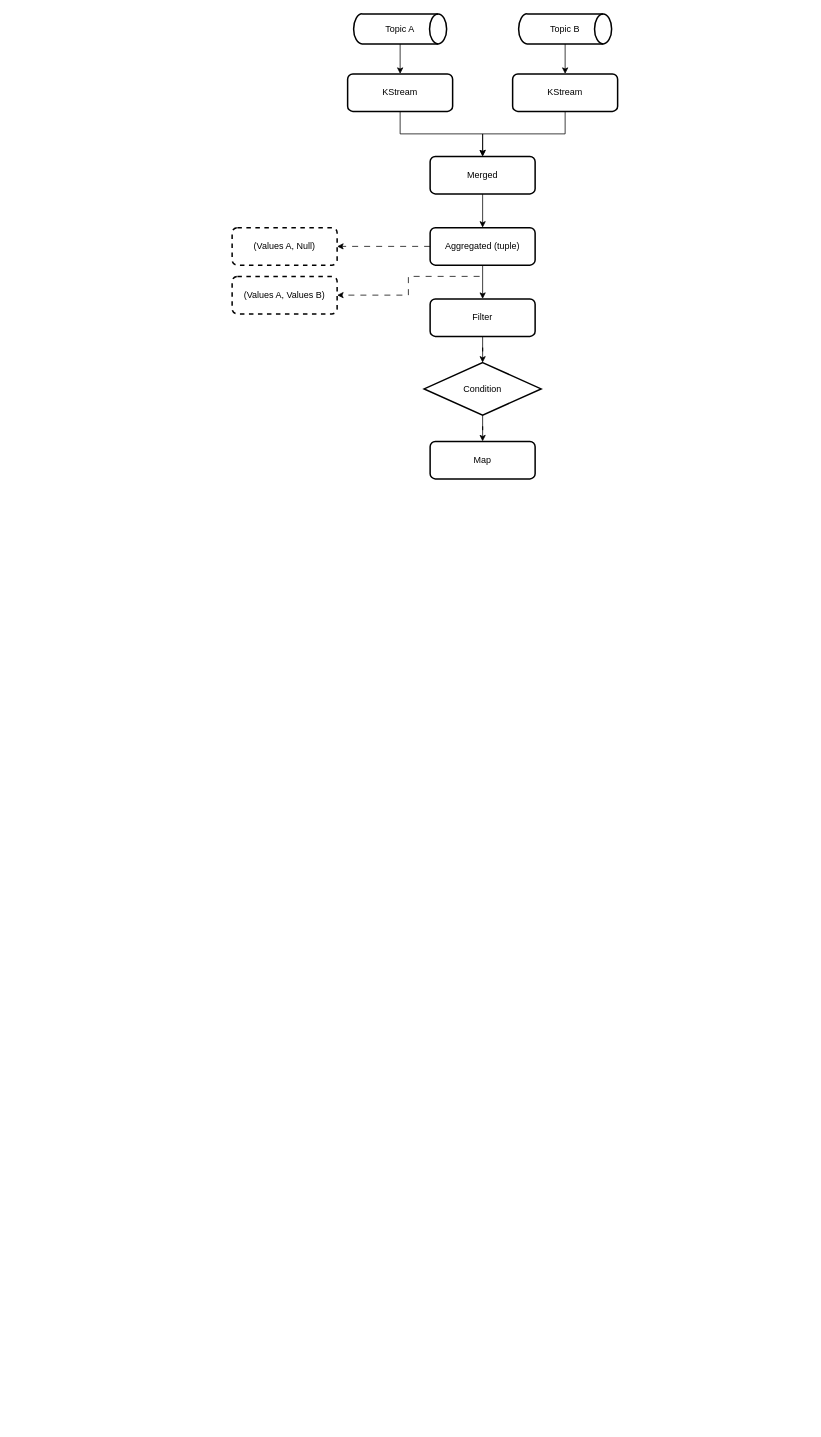
This is Kafka-Control.drawio from wunyu/drawio, a draw.io file, before an edit. Source tidied: cells renumbered, new cells numbered last; positions are measured from the earlier drawing's top-left corner, leaving out a move shared by most shapes. Both pictures are drawn from the tidied source at 75%, with x=0, y=0 at pixel (232, 14).
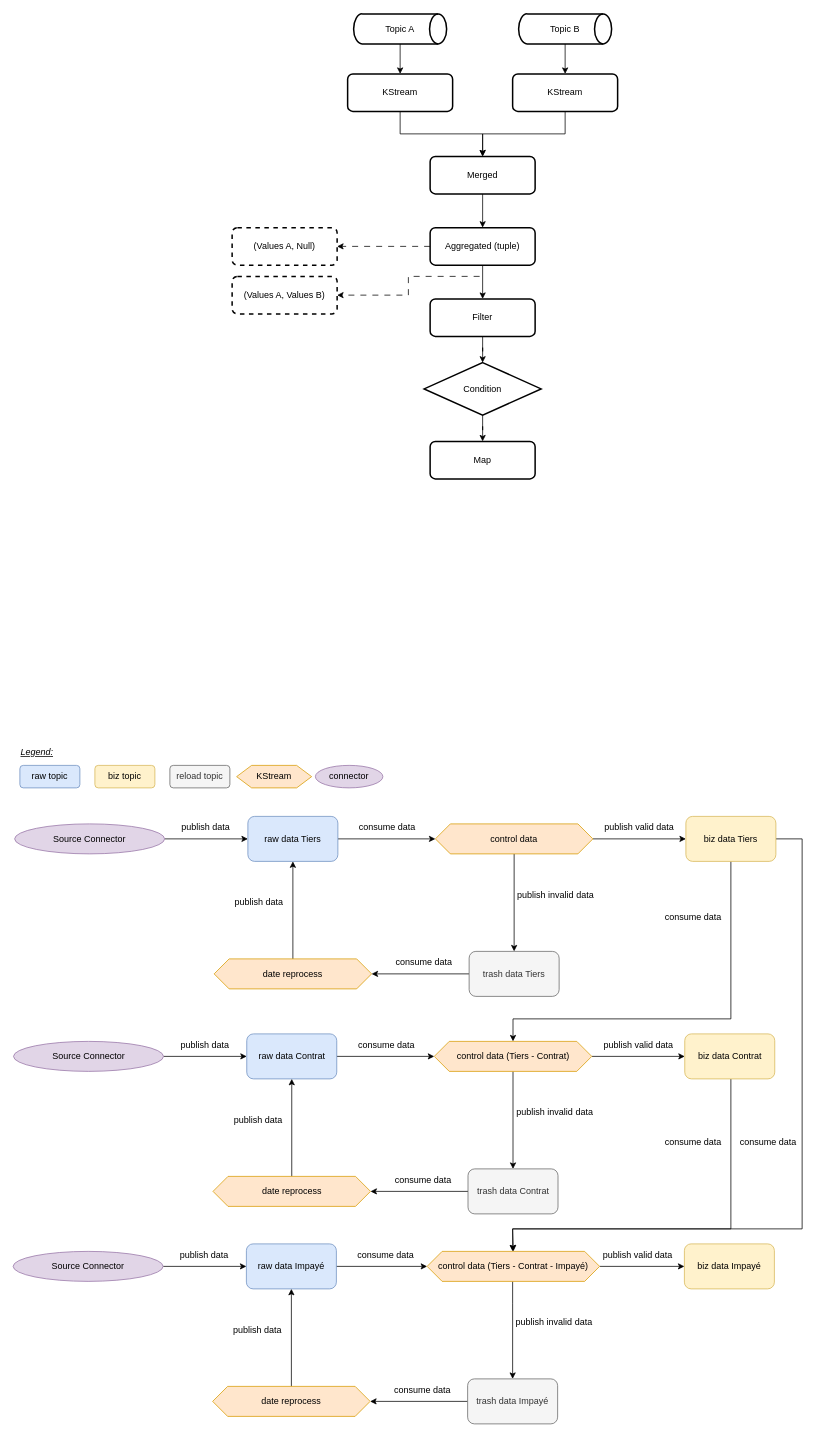
Above is the later version.

What changed in the source:
```diff
@@
+    <mxCell id="23" style="edgeStyle=orthogonalEdgeStyle;rounded=0;jettySize=auto;html=1;entryX=0.5;entryY=0;entryDx=0;entryDy=0;" parent="1" edge="1" source="25" target="55">
+      <mxGeometry relative="1" as="geometry">
+        <Array as="points">
+          <mxPoint x="665" y="1340" />
+          <mxPoint x="375" y="1340" />
+        </Array>
+      </mxGeometry>
+    </mxCell>
+    <mxCell id="24" style="edgeStyle=orthogonalEdgeStyle;rounded=0;jettySize=auto;html=1;entryX=0.5;entryY=0;entryDx=0;entryDy=0;" parent="1" edge="1" source="25" target="74">
+      <mxGeometry relative="1" as="geometry">
+        <Array as="points">
+          <mxPoint x="760" y="1100" />
+          <mxPoint x="760" y="1620" />
+          <mxPoint x="374" y="1620" />
+        </Array>
+      </mxGeometry>
+    </mxCell>
+    <mxCell id="25" value="biz data Tiers" style="rounded=1;whiteSpace=wrap;html=1;fillColor=#fff2cc;strokeColor=#d6b656;" parent="1" vertex="1">
+      <mxGeometry x="605" y="1070" width="120" height="60" as="geometry" />
+    </mxCell>
+    <mxCell id="26" style="edgeStyle=orthogonalEdgeStyle;rounded=0;jettySize=auto;html=1;entryX=0;entryY=0.5;entryDx=0;entryDy=0;" parent="1" edge="1" source="27" target="30">
+      <mxGeometry relative="1" as="geometry" />
+    </mxCell>
+    <mxCell id="27" value="raw data Tiers" style="rounded=1;whiteSpace=wrap;html=1;fillColor=#dae8fc;strokeColor=#6c8ebf;" parent="1" vertex="1">
+      <mxGeometry x="21" y="1070" width="120" height="60" as="geometry" />
+    </mxCell>
+    <mxCell id="28" style="edgeStyle=orthogonalEdgeStyle;rounded=0;jettySize=auto;html=1;entryX=0.5;entryY=0;entryDx=0;entryDy=0;" parent="1" edge="1" source="30" target="34">
+      <mxGeometry relative="1" as="geometry" />
+    </mxCell>
+    <mxCell id="29" style="edgeStyle=orthogonalEdgeStyle;rounded=0;jettySize=auto;html=1;entryX=0;entryY=0.5;entryDx=0;entryDy=0;" parent="1" edge="1" source="30" target="25">
+      <mxGeometry relative="1" as="geometry" />
+    </mxCell>
+    <mxCell id="30" value="control data" style="shape=hexagon;perimeter=hexagonPerimeter2;whiteSpace=wrap;html=1;fixedSize=1;fillColor=#ffe6cc;strokeColor=#d79b00;" parent="1" vertex="1">
+      <mxGeometry x="271" y="1080" width="210" height="40" as="geometry" />
+    </mxCell>
+    <mxCell id="31" value="biz topic" style="rounded=1;whiteSpace=wrap;html=1;fillColor=#fff2cc;strokeColor=#d6b656;" parent="1" vertex="1">
+      <mxGeometry x="-183" y="1002" width="80" height="30" as="geometry" />
+    </mxCell>
+    <mxCell id="32" value="KStream" style="shape=hexagon;perimeter=hexagonPerimeter2;whiteSpace=wrap;html=1;fixedSize=1;fillColor=#ffe6cc;strokeColor=#d79b00;" parent="1" vertex="1">
+      <mxGeometry x="6" y="1002" width="100" height="30" as="geometry" />
+    </mxCell>
+    <mxCell id="33" style="edgeStyle=orthogonalEdgeStyle;rounded=0;jettySize=auto;html=1;entryX=1;entryY=0.5;entryDx=0;entryDy=0;" parent="1" edge="1" source="34" target="38">
+      <mxGeometry relative="1" as="geometry" />
+    </mxCell>
+    <mxCell id="34" value="trash data&amp;nbsp;Tiers" style="rounded=1;whiteSpace=wrap;html=1;fillColor=#f5f5f5;fontColor=#333333;strokeColor=#666666;" parent="1" vertex="1">
+      <mxGeometry x="316" y="1250" width="120" height="60" as="geometry" />
+    </mxCell>
+    <mxCell id="35" value="publish invalid data" style="text;html=1;strokeColor=none;fillColor=none;align=center;verticalAlign=middle;whiteSpace=wrap;rounded=0;" parent="1" vertex="1">
+      <mxGeometry x="374" y="1160" width="115" height="30" as="geometry" />
+    </mxCell>
+    <mxCell id="36" value="publish valid data" style="text;html=1;strokeColor=none;fillColor=none;align=center;verticalAlign=middle;whiteSpace=wrap;rounded=0;" parent="1" vertex="1">
+      <mxGeometry x="481" y="1070" width="124" height="30" as="geometry" />
+    </mxCell>
+    <mxCell id="37" style="edgeStyle=orthogonalEdgeStyle;rounded=0;jettySize=auto;html=1;entryX=0.5;entryY=1;entryDx=0;entryDy=0;" parent="1" edge="1" source="38" target="27">
+      <mxGeometry relative="1" as="geometry" />
+    </mxCell>
+    <mxCell id="38" value="date reprocess" style="shape=hexagon;perimeter=hexagonPerimeter2;whiteSpace=wrap;html=1;fixedSize=1;fillColor=#ffe6cc;strokeColor=#d79b00;" parent="1" vertex="1">
+      <mxGeometry x="-24" y="1260" width="210" height="40" as="geometry" />
+    </mxCell>
+    <mxCell id="39" value="consume data" style="text;html=1;strokeColor=none;fillColor=none;align=center;verticalAlign=middle;whiteSpace=wrap;rounded=0;" parent="1" vertex="1">
+      <mxGeometry x="211" y="1250" width="90" height="30" as="geometry" />
+    </mxCell>
+    <mxCell id="40" value="publish data" style="text;html=1;strokeColor=none;fillColor=none;align=center;verticalAlign=middle;whiteSpace=wrap;rounded=0;" parent="1" vertex="1">
+      <mxGeometry x="-9" y="1170" width="90" height="30" as="geometry" />
+    </mxCell>
+    <mxCell id="41" value="consume data" style="text;html=1;strokeColor=none;fillColor=none;align=center;verticalAlign=middle;whiteSpace=wrap;rounded=0;" parent="1" vertex="1">
+      <mxGeometry x="162" y="1070" width="90" height="30" as="geometry" />
+    </mxCell>
+    <mxCell id="42" value="raw topic" style="rounded=1;whiteSpace=wrap;html=1;fillColor=#dae8fc;strokeColor=#6c8ebf;" parent="1" vertex="1">
+      <mxGeometry x="-283" y="1002" width="80" height="30" as="geometry" />
+    </mxCell>
+    <mxCell id="43" value="reload topic" style="rounded=1;whiteSpace=wrap;html=1;fillColor=#f5f5f5;strokeColor=#666666;fontColor=#333333;" parent="1" vertex="1">
+      <mxGeometry x="-83" y="1002" width="80" height="30" as="geometry" />
+    </mxCell>
+    <mxCell id="44" style="edgeStyle=orthogonalEdgeStyle;rounded=0;jettySize=auto;html=1;entryX=0;entryY=0.5;entryDx=0;entryDy=0;" parent="1" edge="1" source="45" target="27">
+      <mxGeometry relative="1" as="geometry" />
+    </mxCell>
+    <mxCell id="45" value="Source Connector" style="ellipse;whiteSpace=wrap;html=1;fillColor=#e1d5e7;strokeColor=#9673a6;" parent="1" vertex="1">
+      <mxGeometry x="-290" y="1080" width="200" height="40" as="geometry" />
+    </mxCell>
+    <mxCell id="46" value="publish data" style="text;html=1;strokeColor=none;fillColor=none;align=center;verticalAlign=middle;whiteSpace=wrap;rounded=0;" parent="1" vertex="1">
+      <mxGeometry x="-80" y="1070" width="90" height="30" as="geometry" />
+    </mxCell>
+    <mxCell id="47" value="connector" style="ellipse;whiteSpace=wrap;html=1;fillColor=#e1d5e7;strokeColor=#9673a6;" parent="1" vertex="1">
+      <mxGeometry x="111" y="1002" width="90" height="30" as="geometry" />
+    </mxCell>
+    <mxCell id="48" value="&lt;u&gt;&lt;i&gt;Legend:&lt;/i&gt;&lt;/u&gt;" style="text;html=1;strokeColor=none;fillColor=none;align=center;verticalAlign=middle;whiteSpace=wrap;rounded=0;" parent="1" vertex="1">
+      <mxGeometry x="-290" y="970" width="60" height="30" as="geometry" />
+    </mxCell>
+    <mxCell id="49" style="edgeStyle=orthogonalEdgeStyle;rounded=0;jettySize=auto;html=1;" parent="1" edge="1" source="50" target="74">
+      <mxGeometry relative="1" as="geometry">
+        <Array as="points">
+          <mxPoint x="665" y="1620" />
+          <mxPoint x="374" y="1620" />
+        </Array>
+      </mxGeometry>
+    </mxCell>
+    <mxCell id="50" value="biz data Contrat" style="rounded=1;whiteSpace=wrap;html=1;fillColor=#fff2cc;strokeColor=#d6b656;" parent="1" vertex="1">
+      <mxGeometry x="603.5" y="1360" width="120" height="60" as="geometry" />
+    </mxCell>
+    <mxCell id="51" style="edgeStyle=orthogonalEdgeStyle;rounded=0;jettySize=auto;html=1;entryX=0;entryY=0.5;entryDx=0;entryDy=0;" parent="1" edge="1" source="52" target="55">
+      <mxGeometry relative="1" as="geometry" />
+    </mxCell>
+    <mxCell id="52" value="raw data Contrat" style="rounded=1;whiteSpace=wrap;html=1;fillColor=#dae8fc;strokeColor=#6c8ebf;" parent="1" vertex="1">
+      <mxGeometry x="19.5" y="1360" width="120" height="60" as="geometry" />
+    </mxCell>
+    <mxCell id="53" style="edgeStyle=orthogonalEdgeStyle;rounded=0;jettySize=auto;html=1;entryX=0.5;entryY=0;entryDx=0;entryDy=0;" parent="1" edge="1" source="55" target="57">
+      <mxGeometry relative="1" as="geometry" />
+    </mxCell>
+    <mxCell id="54" style="edgeStyle=orthogonalEdgeStyle;rounded=0;jettySize=auto;html=1;entryX=0;entryY=0.5;entryDx=0;entryDy=0;" parent="1" edge="1" source="55" target="50">
+      <mxGeometry relative="1" as="geometry" />
+    </mxCell>
+    <mxCell id="55" value="control data (Tiers - Contrat)" style="shape=hexagon;perimeter=hexagonPerimeter2;whiteSpace=wrap;html=1;fixedSize=1;fillColor=#ffe6cc;strokeColor=#d79b00;" parent="1" vertex="1">
+      <mxGeometry x="269.5" y="1370" width="210" height="40" as="geometry" />
+    </mxCell>
+    <mxCell id="56" style="edgeStyle=orthogonalEdgeStyle;rounded=0;jettySize=auto;html=1;entryX=1;entryY=0.5;entryDx=0;entryDy=0;" parent="1" edge="1" source="57" target="61">
+      <mxGeometry relative="1" as="geometry" />
+    </mxCell>
+    <mxCell id="57" value="trash data&amp;nbsp;Contrat" style="rounded=1;whiteSpace=wrap;html=1;fillColor=#f5f5f5;fontColor=#333333;strokeColor=#666666;" parent="1" vertex="1">
+      <mxGeometry x="314.5" y="1540" width="120" height="60" as="geometry" />
+    </mxCell>
+    <mxCell id="58" value="publish invalid data" style="text;html=1;strokeColor=none;fillColor=none;align=center;verticalAlign=middle;whiteSpace=wrap;rounded=0;" parent="1" vertex="1">
+      <mxGeometry x="372.5" y="1450" width="115" height="30" as="geometry" />
+    </mxCell>
+    <mxCell id="59" value="publish valid data" style="text;html=1;strokeColor=none;fillColor=none;align=center;verticalAlign=middle;whiteSpace=wrap;rounded=0;" parent="1" vertex="1">
+      <mxGeometry x="479.5" y="1360" width="124" height="30" as="geometry" />
+    </mxCell>
+    <mxCell id="60" style="edgeStyle=orthogonalEdgeStyle;rounded=0;jettySize=auto;html=1;entryX=0.5;entryY=1;entryDx=0;entryDy=0;" parent="1" edge="1" source="61" target="52">
+      <mxGeometry relative="1" as="geometry" />
+    </mxCell>
+    <mxCell id="61" value="date reprocess" style="shape=hexagon;perimeter=hexagonPerimeter2;whiteSpace=wrap;html=1;fixedSize=1;fillColor=#ffe6cc;strokeColor=#d79b00;" parent="1" vertex="1">
+      <mxGeometry x="-25.5" y="1550" width="210" height="40" as="geometry" />
+    </mxCell>
+    <mxCell id="62" value="consume data" style="text;html=1;strokeColor=none;fillColor=none;align=center;verticalAlign=middle;whiteSpace=wrap;rounded=0;" parent="1" vertex="1">
+      <mxGeometry x="209.5" y="1540" width="90" height="30" as="geometry" />
+    </mxCell>
+    <mxCell id="63" value="publish data" style="text;html=1;strokeColor=none;fillColor=none;align=center;verticalAlign=middle;whiteSpace=wrap;rounded=0;" parent="1" vertex="1">
+      <mxGeometry x="-10.5" y="1460" width="90" height="30" as="geometry" />
+    </mxCell>
+    <mxCell id="64" value="consume data" style="text;html=1;strokeColor=none;fillColor=none;align=center;verticalAlign=middle;whiteSpace=wrap;rounded=0;" parent="1" vertex="1">
+      <mxGeometry x="570" y="1190" width="90" height="30" as="geometry" />
+    </mxCell>
+    <mxCell id="65" value="consume data" style="text;html=1;strokeColor=none;fillColor=none;align=center;verticalAlign=middle;whiteSpace=wrap;rounded=0;" parent="1" vertex="1">
+      <mxGeometry x="160.5" y="1360" width="90" height="30" as="geometry" />
+    </mxCell>
+    <mxCell id="66" style="edgeStyle=orthogonalEdgeStyle;rounded=0;jettySize=auto;html=1;entryX=0;entryY=0.5;entryDx=0;entryDy=0;" parent="1" edge="1" source="67" target="52">
+      <mxGeometry relative="1" as="geometry" />
+    </mxCell>
+    <mxCell id="67" value="Source Connector" style="ellipse;whiteSpace=wrap;html=1;fillColor=#e1d5e7;strokeColor=#9673a6;" parent="1" vertex="1">
+      <mxGeometry x="-291.5" y="1370" width="200" height="40" as="geometry" />
+    </mxCell>
+    <mxCell id="68" value="publish data" style="text;html=1;strokeColor=none;fillColor=none;align=center;verticalAlign=middle;whiteSpace=wrap;rounded=0;" parent="1" vertex="1">
+      <mxGeometry x="-81.5" y="1360" width="90" height="30" as="geometry" />
+    </mxCell>
+    <mxCell id="69" value="biz data Impayé" style="rounded=1;whiteSpace=wrap;html=1;fillColor=#fff2cc;strokeColor=#d6b656;" parent="1" vertex="1">
+      <mxGeometry x="603" y="1640" width="120" height="60" as="geometry" />
+    </mxCell>
+    <mxCell id="70" style="edgeStyle=orthogonalEdgeStyle;rounded=0;jettySize=auto;html=1;entryX=0;entryY=0.5;entryDx=0;entryDy=0;" parent="1" edge="1" source="71" target="74">
+      <mxGeometry relative="1" as="geometry" />
+    </mxCell>
+    <mxCell id="71" value="raw data Impayé" style="rounded=1;whiteSpace=wrap;html=1;fillColor=#dae8fc;strokeColor=#6c8ebf;" parent="1" vertex="1">
+      <mxGeometry x="19" y="1640" width="120" height="60" as="geometry" />
+    </mxCell>
+    <mxCell id="72" style="edgeStyle=orthogonalEdgeStyle;rounded=0;jettySize=auto;html=1;entryX=0.5;entryY=0;entryDx=0;entryDy=0;" parent="1" edge="1" source="74" target="76">
+      <mxGeometry relative="1" as="geometry">
+        <Array as="points">
+          <mxPoint x="374" y="1720" />
+          <mxPoint x="374" y="1720" />
+        </Array>
+      </mxGeometry>
+    </mxCell>
+    <mxCell id="73" style="edgeStyle=orthogonalEdgeStyle;rounded=0;jettySize=auto;html=1;entryX=0;entryY=0.5;entryDx=0;entryDy=0;" parent="1" edge="1" source="74" target="69">
+      <mxGeometry relative="1" as="geometry" />
+    </mxCell>
+    <mxCell id="74" value="control data (Tiers - Contrat - Impayé)" style="shape=hexagon;perimeter=hexagonPerimeter2;whiteSpace=wrap;html=1;fixedSize=1;fillColor=#ffe6cc;strokeColor=#d79b00;" parent="1" vertex="1">
+      <mxGeometry x="260" y="1650" width="230" height="40" as="geometry" />
+    </mxCell>
+    <mxCell id="75" style="edgeStyle=orthogonalEdgeStyle;rounded=0;jettySize=auto;html=1;entryX=1;entryY=0.5;entryDx=0;entryDy=0;" parent="1" edge="1" source="76" target="80">
+      <mxGeometry relative="1" as="geometry" />
+    </mxCell>
+    <mxCell id="76" value="trash data&amp;nbsp;Impayé" style="rounded=1;whiteSpace=wrap;html=1;fillColor=#f5f5f5;fontColor=#333333;strokeColor=#666666;" parent="1" vertex="1">
+      <mxGeometry x="314" y="1820" width="120" height="60" as="geometry" />
+    </mxCell>
+    <mxCell id="77" value="publish invalid data" style="text;html=1;strokeColor=none;fillColor=none;align=center;verticalAlign=middle;whiteSpace=wrap;rounded=0;" parent="1" vertex="1">
+      <mxGeometry x="372" y="1730" width="115" height="30" as="geometry" />
+    </mxCell>
+    <mxCell id="78" value="publish valid data" style="text;html=1;strokeColor=none;fillColor=none;align=center;verticalAlign=middle;whiteSpace=wrap;rounded=0;" parent="1" vertex="1">
+      <mxGeometry x="479" y="1640" width="124" height="30" as="geometry" />
+    </mxCell>
+    <mxCell id="79" style="edgeStyle=orthogonalEdgeStyle;rounded=0;jettySize=auto;html=1;entryX=0.5;entryY=1;entryDx=0;entryDy=0;" parent="1" edge="1" source="80" target="71">
+      <mxGeometry relative="1" as="geometry" />
+    </mxCell>
+    <mxCell id="80" value="date reprocess" style="shape=hexagon;perimeter=hexagonPerimeter2;whiteSpace=wrap;html=1;fixedSize=1;fillColor=#ffe6cc;strokeColor=#d79b00;" parent="1" vertex="1">
+      <mxGeometry x="-26" y="1830" width="210" height="40" as="geometry" />
+    </mxCell>
+    <mxCell id="81" value="consume data" style="text;html=1;strokeColor=none;fillColor=none;align=center;verticalAlign=middle;whiteSpace=wrap;rounded=0;" parent="1" vertex="1">
+      <mxGeometry x="209" y="1820" width="90" height="30" as="geometry" />
+    </mxCell>
+    <mxCell id="82" value="publish data" style="text;html=1;strokeColor=none;fillColor=none;align=center;verticalAlign=middle;whiteSpace=wrap;rounded=0;" parent="1" vertex="1">
+      <mxGeometry x="-11" y="1740" width="90" height="30" as="geometry" />
+    </mxCell>
+    <mxCell id="83" value="consume data" style="text;html=1;strokeColor=none;fillColor=none;align=center;verticalAlign=middle;whiteSpace=wrap;rounded=0;" parent="1" vertex="1">
+      <mxGeometry x="160" y="1640" width="90" height="30" as="geometry" />
+    </mxCell>
+    <mxCell id="84" style="edgeStyle=orthogonalEdgeStyle;rounded=0;jettySize=auto;html=1;entryX=0;entryY=0.5;entryDx=0;entryDy=0;" parent="1" edge="1" source="85" target="71">
+      <mxGeometry relative="1" as="geometry" />
+    </mxCell>
+    <mxCell id="85" value="Source Connector" style="ellipse;whiteSpace=wrap;html=1;fillColor=#e1d5e7;strokeColor=#9673a6;" parent="1" vertex="1">
+      <mxGeometry x="-292" y="1650" width="200" height="40" as="geometry" />
+    </mxCell>
+    <mxCell id="86" value="publish data" style="text;html=1;strokeColor=none;fillColor=none;align=center;verticalAlign=middle;whiteSpace=wrap;rounded=0;" parent="1" vertex="1">
+      <mxGeometry x="-82" y="1640" width="90" height="30" as="geometry" />
+    </mxCell>
+    <mxCell id="87" value="consume data" style="text;html=1;strokeColor=none;fillColor=none;align=center;verticalAlign=middle;whiteSpace=wrap;rounded=0;" parent="1" vertex="1">
+      <mxGeometry x="570" y="1490" width="90" height="30" as="geometry" />
+    </mxCell>
+    <mxCell id="88" value="consume data" style="text;html=1;strokeColor=none;fillColor=none;align=center;verticalAlign=middle;whiteSpace=wrap;rounded=0;" parent="1" vertex="1">
+      <mxGeometry x="670" y="1490" width="90" height="30" as="geometry" />
+    </mxCell>
```
